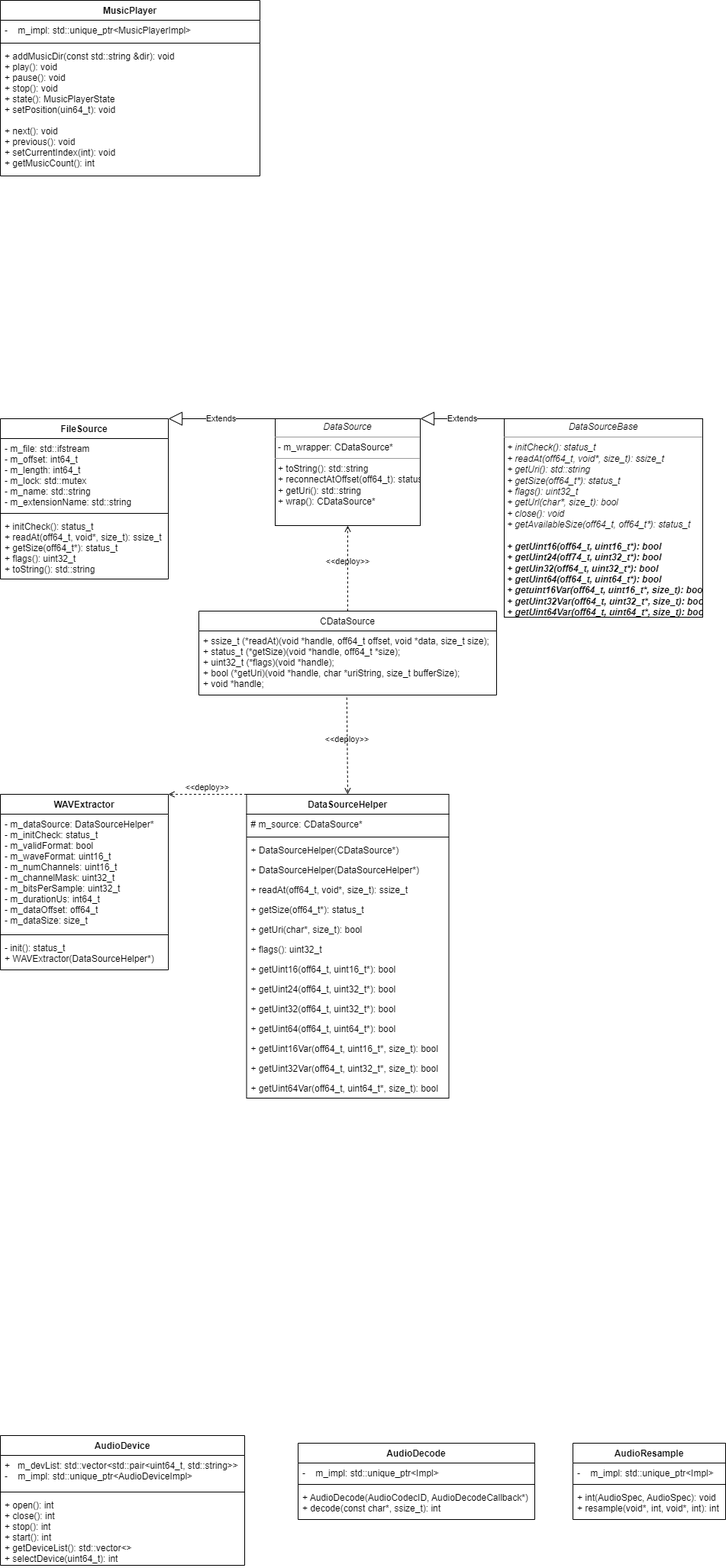
wt159/SoundBridge keeps this draw.io diagram as doc/class-uml.png. Above is the earlier version. Source tidied: cells renumbered, new cells last; positions are measured from the earlier drawing's top-left corner, leaving out a move shared by most shapes.
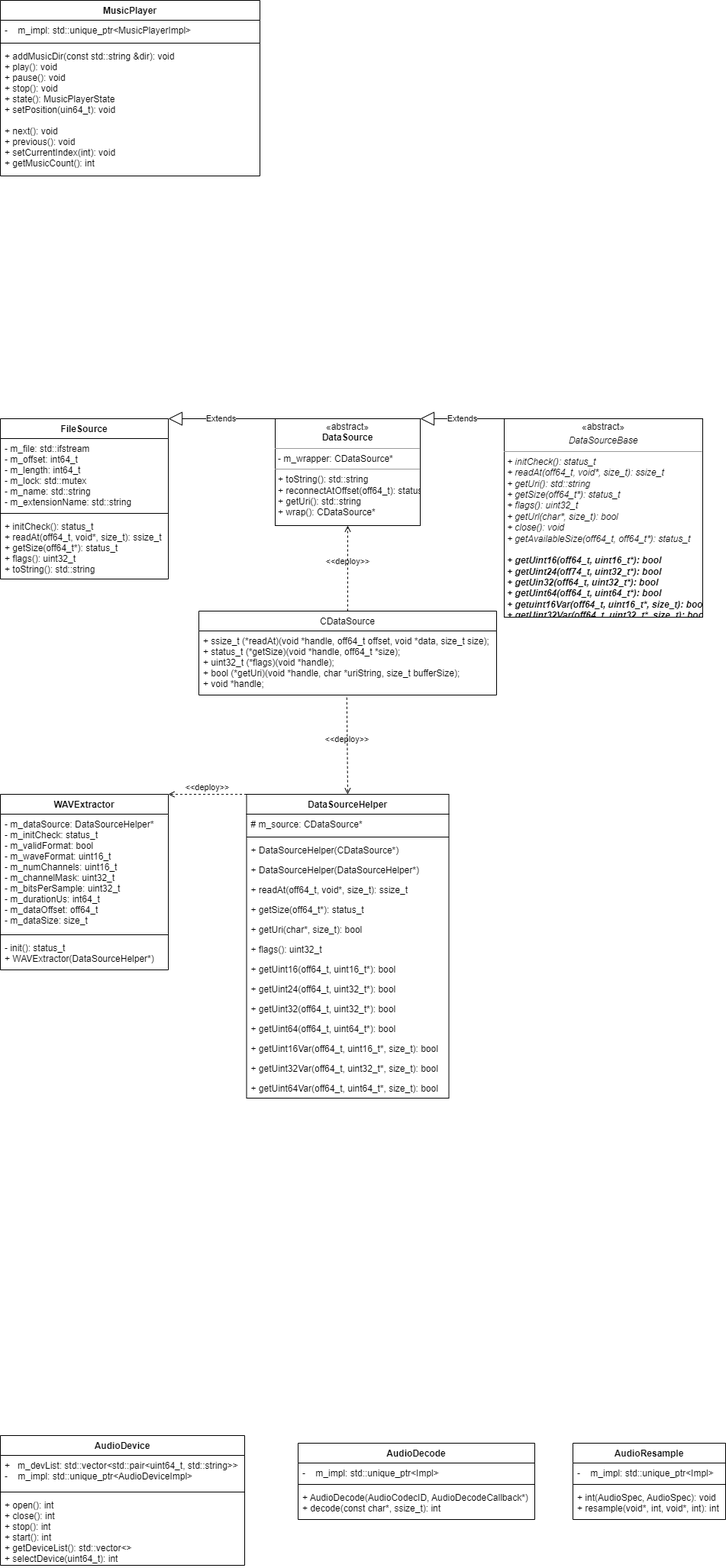
After the commit.

What changed in the source:
```diff
@@ -62,10 +62,10 @@
     <mxCell id="21" value="+ initCheck(): status_t&#10;+ readAt(off64_t, void*, size_t): ssize_t&#10;+ getSize(off64_t*): status_t&#10;+ flags(): uint32_t&#10;+ toString(): std::string" style="text;strokeColor=none;fillColor=none;align=left;verticalAlign=top;spacingLeft=4;spacingRight=4;overflow=hidden;" parent="18" vertex="1">
       <mxGeometry y="128" width="220" height="82" as="geometry" />
     </mxCell>
-    <mxCell id="22" value="&lt;p style=&quot;margin:0px;margin-top:4px;text-align:center;&quot;&gt;&lt;i&gt;DataSource&lt;/i&gt;&lt;/p&gt;&lt;hr size=&quot;1&quot;&gt;&lt;p style=&quot;margin:0px;margin-left:4px;&quot;&gt;- m_wrapper: CDataSource*&lt;br&gt;&lt;/p&gt;&lt;hr size=&quot;1&quot;&gt;&lt;p style=&quot;margin:0px;margin-left:4px;&quot;&gt;+ toString(): std::string&lt;br&gt;+ reconnectAtOffset(off64_t): status_t&lt;/p&gt;&lt;p style=&quot;margin:0px;margin-left:4px;&quot;&gt;+ getUri(): std::string&lt;/p&gt;&lt;p style=&quot;margin:0px;margin-left:4px;&quot;&gt;+ wrap(): CDataSource*&lt;/p&gt;" style="verticalAlign=top;align=left;overflow=fill;fontSize=12;fontFamily=Helvetica;html=1;" parent="1" vertex="1">
+    <mxCell id="22" value="&lt;p style=&quot;margin:0px;margin-top:4px;text-align:center;&quot;&gt;«abstract»&lt;br&gt;&lt;b&gt;DataSource&lt;/b&gt;&lt;br&gt;&lt;/p&gt;&lt;hr size=&quot;1&quot;&gt;&lt;p style=&quot;margin:0px;margin-left:4px;&quot;&gt;- m_wrapper: CDataSource*&lt;br&gt;&lt;/p&gt;&lt;hr size=&quot;1&quot;&gt;&lt;p style=&quot;margin:0px;margin-left:4px;&quot;&gt;+ toString(): std::string&lt;br&gt;+ reconnectAtOffset(off64_t): status_t&lt;/p&gt;&lt;p style=&quot;margin:0px;margin-left:4px;&quot;&gt;+ getUri(): std::string&lt;/p&gt;&lt;p style=&quot;margin:0px;margin-left:4px;&quot;&gt;+ wrap(): CDataSource*&lt;/p&gt;" style="verticalAlign=top;align=left;overflow=fill;fontSize=12;fontFamily=Helvetica;html=1;" parent="1" vertex="1">
       <mxGeometry x="360" y="548" width="190" height="140" as="geometry" />
     </mxCell>
-    <mxCell id="23" value="&lt;p style=&quot;margin:0px;margin-top:4px;text-align:center;&quot;&gt;&lt;i&gt;DataSourceBase&lt;/i&gt;&lt;/p&gt;&lt;hr size=&quot;1&quot;&gt;&lt;p style=&quot;margin:0px;margin-left:4px;&quot;&gt;&lt;i&gt;+ initCheck(): status_t&lt;br&gt;+ readAt(off64_t, void*, size_t): ssize_t&lt;/i&gt;&lt;/p&gt;&lt;p style=&quot;margin:0px;margin-left:4px;&quot;&gt;&lt;i&gt;+ getUri(): std::string&lt;/i&gt;&lt;/p&gt;&lt;p style=&quot;margin:0px;margin-left:4px;&quot;&gt;&lt;i&gt;+ getSize(off64_t*): status_t&lt;br style=&quot;padding: 0px; margin: 0px;&quot;&gt;+ flags(): uint32_t&lt;br&gt;&lt;/i&gt;&lt;/p&gt;&lt;p style=&quot;margin:0px;margin-left:4px;&quot;&gt;&lt;i&gt;+ getUrl(char*, size_t): bool&lt;/i&gt;&lt;/p&gt;&lt;p style=&quot;margin:0px;margin-left:4px;&quot;&gt;&lt;i&gt;+ close(): void&lt;/i&gt;&lt;/p&gt;&lt;p style=&quot;margin:0px;margin-left:4px;&quot;&gt;&lt;i&gt;+ getAvailableSize(off64_t, off64_t*): status_t&lt;/i&gt;&lt;/p&gt;&lt;p style=&quot;margin:0px;margin-left:4px;&quot;&gt;&lt;i&gt;&lt;br&gt;&lt;/i&gt;&lt;/p&gt;&lt;p style=&quot;margin:0px;margin-left:4px;&quot;&gt;&lt;i&gt;&lt;b&gt;+ getUint16(off64_t, uint16_t*): bool&lt;/b&gt;&lt;/i&gt;&lt;/p&gt;&lt;p style=&quot;margin:0px;margin-left:4px;&quot;&gt;&lt;i&gt;&lt;b&gt;+ getUint24(off74_t, uint32_t*): bool&lt;/b&gt;&lt;/i&gt;&lt;/p&gt;&lt;p style=&quot;margin:0px;margin-left:4px;&quot;&gt;&lt;i&gt;&lt;b&gt;+ getUin32(off64_t, uint32_t*): bool&lt;/b&gt;&lt;/i&gt;&lt;/p&gt;&lt;p style=&quot;margin:0px;margin-left:4px;&quot;&gt;&lt;i&gt;&lt;b&gt;+ getUint64(off64_t, uint64_t*): bool&lt;/b&gt;&lt;/i&gt;&lt;/p&gt;&lt;p style=&quot;margin:0px;margin-left:4px;&quot;&gt;&lt;i&gt;&lt;b&gt;+ getuint16Var(off64_t, uint16_t*, size_t): bool&lt;/b&gt;&lt;/i&gt;&lt;/p&gt;&lt;p style=&quot;margin:0px;margin-left:4px;&quot;&gt;&lt;i&gt;&lt;b&gt;+ getUint32Var(off64_t, uint32_t*, size_t): bool&lt;/b&gt;&lt;/i&gt;&lt;/p&gt;&lt;p style=&quot;margin:0px;margin-left:4px;&quot;&gt;&lt;i&gt;&lt;b&gt;+ getUint64Var(off64_t, uint64_t*, size_t): bool&lt;/b&gt;&lt;/i&gt;&lt;/p&gt;" style="verticalAlign=top;align=left;overflow=fill;fontSize=12;fontFamily=Helvetica;html=1;" parent="1" vertex="1">
+    <mxCell id="23" value="&lt;p style=&quot;margin:0px;margin-top:4px;text-align:center;&quot;&gt;«abstract»&lt;i&gt;&lt;br&gt;&lt;/i&gt;&lt;/p&gt;&lt;p style=&quot;margin:0px;margin-top:4px;text-align:center;&quot;&gt;&lt;i&gt;DataSourceBase&lt;/i&gt;&lt;/p&gt;&lt;hr size=&quot;1&quot;&gt;&lt;p style=&quot;margin:0px;margin-left:4px;&quot;&gt;&lt;i&gt;+ initCheck(): status_t&lt;br&gt;+ readAt(off64_t, void*, size_t): ssize_t&lt;/i&gt;&lt;/p&gt;&lt;p style=&quot;margin:0px;margin-left:4px;&quot;&gt;&lt;i&gt;+ getUri(): std::string&lt;/i&gt;&lt;/p&gt;&lt;p style=&quot;margin:0px;margin-left:4px;&quot;&gt;&lt;i&gt;+ getSize(off64_t*): status_t&lt;br style=&quot;padding: 0px; margin: 0px;&quot;&gt;+ flags(): uint32_t&lt;br&gt;&lt;/i&gt;&lt;/p&gt;&lt;p style=&quot;margin:0px;margin-left:4px;&quot;&gt;&lt;i&gt;+ getUrl(char*, size_t): bool&lt;/i&gt;&lt;/p&gt;&lt;p style=&quot;margin:0px;margin-left:4px;&quot;&gt;&lt;i&gt;+ close(): void&lt;/i&gt;&lt;/p&gt;&lt;p style=&quot;margin:0px;margin-left:4px;&quot;&gt;&lt;i&gt;+ getAvailableSize(off64_t, off64_t*): status_t&lt;/i&gt;&lt;/p&gt;&lt;p style=&quot;margin:0px;margin-left:4px;&quot;&gt;&lt;i&gt;&lt;br&gt;&lt;/i&gt;&lt;/p&gt;&lt;p style=&quot;margin:0px;margin-left:4px;&quot;&gt;&lt;i&gt;&lt;b&gt;+ getUint16(off64_t, uint16_t*): bool&lt;/b&gt;&lt;/i&gt;&lt;/p&gt;&lt;p style=&quot;margin:0px;margin-left:4px;&quot;&gt;&lt;i&gt;&lt;b&gt;+ getUint24(off74_t, uint32_t*): bool&lt;/b&gt;&lt;/i&gt;&lt;/p&gt;&lt;p style=&quot;margin:0px;margin-left:4px;&quot;&gt;&lt;i&gt;&lt;b&gt;+ getUin32(off64_t, uint32_t*): bool&lt;/b&gt;&lt;/i&gt;&lt;/p&gt;&lt;p style=&quot;margin:0px;margin-left:4px;&quot;&gt;&lt;i&gt;&lt;b&gt;+ getUint64(off64_t, uint64_t*): bool&lt;/b&gt;&lt;/i&gt;&lt;/p&gt;&lt;p style=&quot;margin:0px;margin-left:4px;&quot;&gt;&lt;i&gt;&lt;b&gt;+ getuint16Var(off64_t, uint16_t*, size_t): bool&lt;/b&gt;&lt;/i&gt;&lt;/p&gt;&lt;p style=&quot;margin:0px;margin-left:4px;&quot;&gt;&lt;i&gt;&lt;b&gt;+ getUint32Var(off64_t, uint32_t*, size_t): bool&lt;/b&gt;&lt;/i&gt;&lt;/p&gt;&lt;p style=&quot;margin:0px;margin-left:4px;&quot;&gt;&lt;i&gt;&lt;b&gt;+ getUint64Var(off64_t, uint64_t*, size_t): bool&lt;/b&gt;&lt;/i&gt;&lt;/p&gt;" style="verticalAlign=top;align=left;overflow=fill;fontSize=12;fontFamily=Helvetica;html=1;" parent="1" vertex="1">
       <mxGeometry x="660" y="548" width="260" height="260" as="geometry" />
     </mxCell>
     <mxCell id="24" value="Extends" style="endArrow=block;endSize=16;endFill=0;html=1;entryX=1;entryY=0;entryDx=0;entryDy=0;exitX=0;exitY=0;exitDx=0;exitDy=0;" parent="1" edge="1" source="22" target="18">
```
